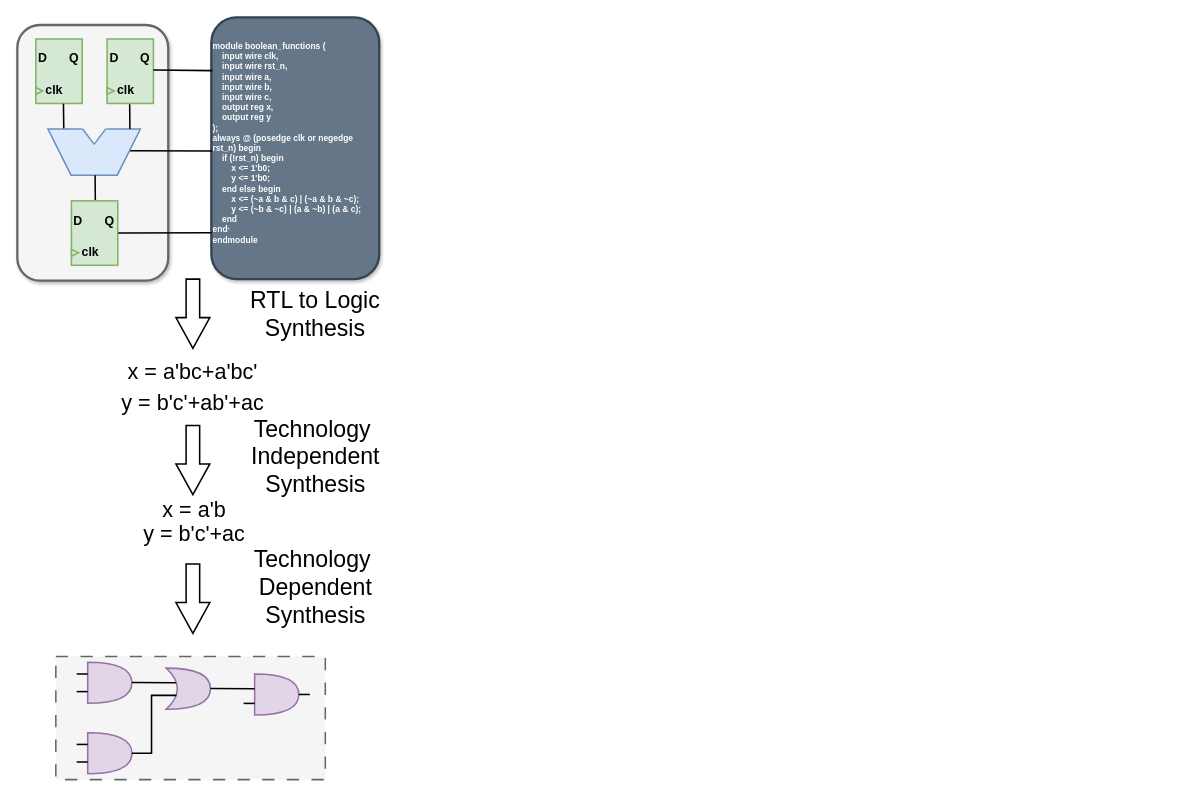
Above: logicsynthesis.drawio in kxzhu0505/LogicSynOpt (draw.io), before the change. Source tidied: cells renumbered, new cells numbered last; positions are measured from the earlier drawing's top-left corner, leaving out a move shared by most shapes. Both pictures are drawn from the tidied source at 77%, with x=0, y=0 at pixel (17, 17).
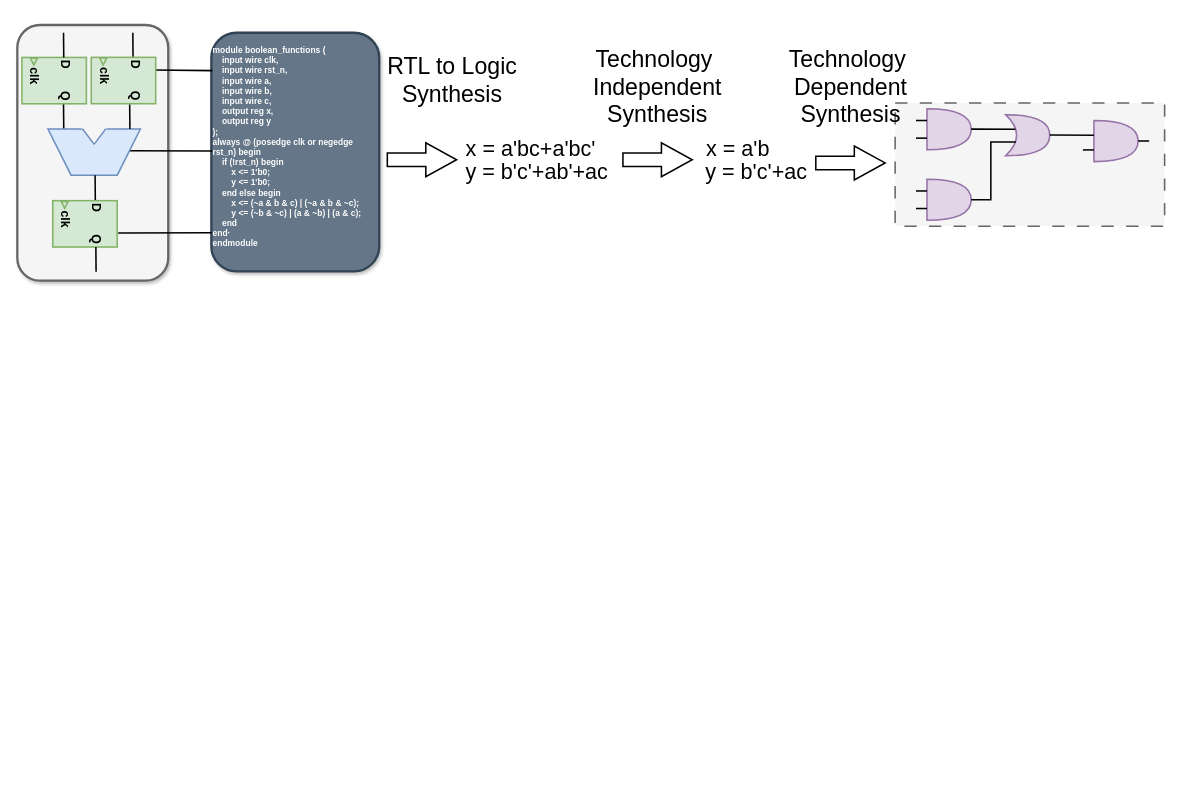
Above is the later version.

Unchanged cells that the change refers to:
```xml
<mxCell id="4" style="group;fontFamily=Helvetica;" parent="1" vertex="1">
  <mxGeometry x="6" y="28.8" width="210" height="320.6" as="geometry" />
</mxCell>
```

The edit, as a diff of the source:
```diff
@@
     <mxCell id="2" value="&lt;div style=&quot;font-size: 11px;&quot;&gt;&lt;b style=&quot;&quot;&gt;&lt;font style=&quot;font-size: 11px;&quot;&gt;module boolean_functions (&lt;/font&gt;&lt;/b&gt;&lt;/div&gt;&lt;div style=&quot;font-size: 11px;&quot;&gt;&lt;b&gt;&lt;font style=&quot;font-size: 11px;&quot;&gt;&amp;nbsp; &amp;nbsp; input wire clk,&lt;/font&gt;&lt;/b&gt;&lt;/div&gt;&lt;div style=&quot;font-size: 11px;&quot;&gt;&lt;b&gt;&lt;font style=&quot;font-size: 11px;&quot;&gt;&amp;nbsp; &amp;nbsp; input wire rst_n,&lt;/font&gt;&lt;/b&gt;&lt;/div&gt;&lt;div style=&quot;font-size: 11px;&quot;&gt;&lt;b&gt;&lt;font style=&quot;font-size: 11px;&quot;&gt;&amp;nbsp; &amp;nbsp; input wire a,&lt;/font&gt;&lt;/b&gt;&lt;/div&gt;&lt;div style=&quot;font-size: 11px;&quot;&gt;&lt;b&gt;&lt;font style=&quot;font-size: 11px;&quot;&gt;&amp;nbsp; &amp;nbsp; input wire b,&lt;/font&gt;&lt;/b&gt;&lt;/div&gt;&lt;div style=&quot;font-size: 11px;&quot;&gt;&lt;b&gt;&lt;font style=&quot;font-size: 11px;&quot;&gt;&amp;nbsp; &amp;nbsp; input wire c,&lt;/font&gt;&lt;/b&gt;&lt;/div&gt;&lt;div style=&quot;font-size: 11px;&quot;&gt;&lt;b&gt;&lt;font style=&quot;font-size: 11px;&quot;&gt;&amp;nbsp; &amp;nbsp; output reg x,&lt;/font&gt;&lt;/b&gt;&lt;/div&gt;&lt;div style=&quot;font-size: 11px;&quot;&gt;&lt;b&gt;&lt;font style=&quot;font-size: 11px;&quot;&gt;&amp;nbsp; &amp;nbsp; output reg y&lt;/font&gt;&lt;/b&gt;&lt;/div&gt;&lt;div style=&quot;font-size: 11px;&quot;&gt;&lt;b&gt;&lt;font style=&quot;font-size: 11px;&quot;&gt;);&lt;/font&gt;&lt;/b&gt;&lt;/div&gt;&lt;div style=&quot;font-size: 11px;&quot;&gt;&lt;b&gt;&lt;font style=&quot;font-size: 11px;&quot;&gt;always @ (posedge clk or negedge rst_n) begin&lt;/font&gt;&lt;/b&gt;&lt;/div&gt;&lt;div style=&quot;font-size: 11px;&quot;&gt;&lt;b&gt;&lt;font style=&quot;font-size: 11px;&quot;&gt;&amp;nbsp; &amp;nbsp; if (!rst_n) begin&lt;/font&gt;&lt;/b&gt;&lt;/div&gt;&lt;div style=&quot;font-size: 11px;&quot;&gt;&lt;b&gt;&lt;font style=&quot;font-size: 11px;&quot;&gt;&amp;nbsp; &amp;nbsp; &amp;nbsp; &amp;nbsp; x &amp;lt;= 1'b0;&lt;/font&gt;&lt;/b&gt;&lt;/div&gt;&lt;div style=&quot;font-size: 11px;&quot;&gt;&lt;b&gt;&lt;font style=&quot;font-size: 11px;&quot;&gt;&amp;nbsp; &amp;nbsp; &amp;nbsp; &amp;nbsp; y &amp;lt;= 1'b0;&lt;/font&gt;&lt;/b&gt;&lt;/div&gt;&lt;div style=&quot;font-size: 11px;&quot;&gt;&lt;b&gt;&lt;font style=&quot;font-size: 11px;&quot;&gt;&amp;nbsp; &amp;nbsp; end else begin&lt;/font&gt;&lt;/b&gt;&lt;/div&gt;&lt;div style=&quot;font-size: 11px;&quot;&gt;&lt;b&gt;&lt;font style=&quot;font-size: 11px;&quot;&gt;&amp;nbsp; &amp;nbsp; &amp;nbsp; &amp;nbsp; x &amp;lt;= (~a &amp;amp; b &amp;amp; c) | (~a &amp;amp; b &amp;amp; ~c);&lt;/font&gt;&lt;/b&gt;&lt;/div&gt;&lt;div style=&quot;font-size: 11px;&quot;&gt;&lt;b&gt;&lt;font style=&quot;font-size: 11px;&quot;&gt;&amp;nbsp; &amp;nbsp; &amp;nbsp; &amp;nbsp; y &amp;lt;= (~b &amp;amp; ~c) | (a &amp;amp; ~b) | (a &amp;amp; c);&lt;/font&gt;&lt;/b&gt;&lt;/div&gt;&lt;div style=&quot;font-size: 11px;&quot;&gt;&lt;b&gt;&lt;font style=&quot;font-size: 11px;&quot;&gt;&amp;nbsp; &amp;nbsp; end&lt;/font&gt;&lt;/b&gt;&lt;/div&gt;&lt;div style=&quot;font-size: 11px;&quot;&gt;&lt;b&gt;&lt;font style=&quot;font-size: 11px;&quot;&gt;end·&lt;/font&gt;&lt;/b&gt;&lt;/div&gt;&lt;div style=&quot;font-size: 11px;&quot;&gt;&lt;b&gt;&lt;font style=&quot;font-size: 11px;&quot;&gt;endmodule&lt;/font&gt;&lt;/b&gt;&lt;/div&gt;&lt;div style=&quot;font-size: 11px;&quot;&gt;&lt;br&gt;&lt;/div&gt;" style="rounded=1;whiteSpace=wrap;html=1;strokeWidth=3;fillColor=#647687;fontColor=#ffffff;strokeColor=#314354;shadow=1;align=left;" parent="1" vertex="1">
-      <mxGeometry x="252" width="218" height="340" as="geometry" />
+      <mxGeometry x="252" y="20" width="218" height="310" as="geometry" />
     </mxCell>
-    <mxCell id="3" style="html=1;shadow=0;dashed=0;align=center;verticalAlign=middle;shape=mxgraph.arrows2.arrow;dy=0.6;dx=40;direction=south;notch=0;strokeWidth=2;fontFamily=Helvetica;" parent="1" vertex="1">
-      <mxGeometry x="206" y="340" width="44" height="90" as="geometry" />
+    <mxCell id="3" style="html=1;shadow=0;dashed=0;align=center;verticalAlign=middle;shape=mxgraph.arrows2.arrow;dy=0.6;dx=40;direction=south;notch=0;strokeWidth=2;fontFamily=Helvetica;rotation=-90;" parent="1" vertex="1">
+      <mxGeometry x="503.5" y="140" width="44" height="90" as="geometry" />
     </mxCell>
@@
-    <mxCell id="6" style="rounded=0;whiteSpace=wrap;html=1;rotation=90;strokeWidth=2;fontFamily=Helvetica;fillColor=#d5e8d4;strokeColor=#82b366;" parent="4" vertex="1">
-      <mxGeometry x="6.3" y="11.1" width="83.7" height="60.2" as="geometry" />
-    </mxCell>
-    <mxCell id="7" value="&lt;font size=&quot;1&quot;&gt;&lt;b style=&quot;font-size: 16px;&quot;&gt;D&lt;/b&gt;&lt;/font&gt;" style="text;html=1;strokeColor=none;fillColor=none;align=center;verticalAlign=middle;whiteSpace=wrap;rounded=0;strokeWidth=2;fontFamily=Helvetica;" parent="4" vertex="1">
-      <mxGeometry y="11.1" width="54.3" height="26.8" as="geometry" />
-    </mxCell>
-    <mxCell id="8" value="&lt;font size=&quot;1&quot;&gt;&lt;b style=&quot;font-size: 16px;&quot;&gt;Q&lt;/b&gt;&lt;/font&gt;" style="text;html=1;strokeColor=none;fillColor=none;align=center;verticalAlign=middle;whiteSpace=wrap;rounded=0;strokeWidth=2;fontFamily=Helvetica;" parent="4" vertex="1">
-      <mxGeometry x="40.7" y="11.1" width="54.3" height="26.8" as="geometry" />
-    </mxCell>
-    <mxCell id="9" value="&lt;font size=&quot;1&quot;&gt;&lt;b style=&quot;font-size: 16px;&quot;&gt;clk&lt;/b&gt;&lt;/font&gt;" style="text;html=1;strokeColor=none;fillColor=none;align=center;verticalAlign=middle;whiteSpace=wrap;rounded=0;strokeWidth=2;fontFamily=Helvetica;" parent="4" vertex="1">
-      <mxGeometry x="15.4" y="51.7" width="54.3" height="26.8" as="geometry" />
-    </mxCell>
-    <mxCell id="10" style="triangle;whiteSpace=wrap;html=1;strokeWidth=2;fontFamily=Helvetica;fillColor=#d5e8d4;strokeColor=#82b366;" parent="4" vertex="1">
-      <mxGeometry x="18.1" y="62.4" width="9" height="8.9" as="geometry" />
-    </mxCell>
-    <mxCell id="11" style="endArrow=none;html=1;rounded=0;endSize=6;strokeWidth=2;entryX=0.82;entryY=0.974;entryDx=0;entryDy=0;entryPerimeter=0;exitX=1.006;exitY=0.404;exitDx=0;exitDy=0;exitPerimeter=0;fontFamily=Helvetica;" parent="4" edge="1" source="6">
+    <mxCell id="11" style="endArrow=none;html=1;rounded=0;endSize=6;strokeWidth=2;entryX=0.82;entryY=0.974;entryDx=0;entryDy=0;entryPerimeter=0;exitX=1.006;exitY=0.404;exitDx=0;exitDy=0;exitPerimeter=0;fontFamily=Helvetica;" parent="4" edge="1">
       <mxGeometry relative="1" as="geometry">
+        <mxPoint x="54" y="83.6" as="sourcePoint" />
         <mxPoint x="54.3" y="116.2" as="targetPoint" />
       </mxGeometry>
     </mxCell>
@@
-    <mxCell id="13" style="group;fontFamily=Helvetica;" parent="1" vertex="1">
-      <mxGeometry x="52.2" y="239" width="95" height="82.5" as="geometry" />
-    </mxCell>
-    <mxCell id="14" style="rounded=0;whiteSpace=wrap;html=1;rotation=90;strokeWidth=2;fontFamily=Helvetica;fillColor=#d5e8d4;strokeColor=#82b366;" parent="13" vertex="1">
-      <mxGeometry x="6.3" y="11.1" width="83.7" height="60.2" as="geometry" />
-    </mxCell>
-    <mxCell id="15" value="&lt;font size=&quot;1&quot;&gt;&lt;b style=&quot;font-size: 16px;&quot;&gt;D&lt;/b&gt;&lt;/font&gt;" style="text;html=1;strokeColor=none;fillColor=none;align=center;verticalAlign=middle;whiteSpace=wrap;rounded=0;strokeWidth=2;fontFamily=Helvetica;" parent="13" vertex="1">
-      <mxGeometry y="11.1" width="54.3" height="26.8" as="geometry" />
-    </mxCell>
-    <mxCell id="16" value="&lt;font size=&quot;1&quot;&gt;&lt;b style=&quot;font-size: 16px;&quot;&gt;Q&lt;/b&gt;&lt;/font&gt;" style="text;html=1;strokeColor=none;fillColor=none;align=center;verticalAlign=middle;whiteSpace=wrap;rounded=0;strokeWidth=2;fontFamily=Helvetica;" parent="13" vertex="1">
-      <mxGeometry x="40.7" y="11.1" width="54.3" height="26.8" as="geometry" />
-    </mxCell>
-    <mxCell id="17" value="&lt;font size=&quot;1&quot;&gt;&lt;b style=&quot;font-size: 16px;&quot;&gt;clk&lt;/b&gt;&lt;/font&gt;" style="text;html=1;strokeColor=none;fillColor=none;align=center;verticalAlign=middle;whiteSpace=wrap;rounded=0;strokeWidth=2;fontFamily=Helvetica;" parent="13" vertex="1">
-      <mxGeometry x="15.4" y="51.7" width="54.3" height="26.8" as="geometry" />
-    </mxCell>
-    <mxCell id="18" style="triangle;whiteSpace=wrap;html=1;strokeWidth=2;fontFamily=Helvetica;fillColor=#d5e8d4;strokeColor=#82b366;" parent="13" vertex="1">
-      <mxGeometry x="18.1" y="62.4" width="9" height="8.9" as="geometry" />
-    </mxCell>
-    <mxCell id="19" style="group;fontFamily=Helvetica;" parent="1" vertex="1">
-      <mxGeometry x="98.5" y="28.8" width="95" height="82.5" as="geometry" />
-    </mxCell>
-    <mxCell id="20" style="rounded=0;whiteSpace=wrap;html=1;rotation=90;strokeWidth=2;fontFamily=Helvetica;fillColor=#d5e8d4;strokeColor=#82b366;" parent="19" vertex="1">
-      <mxGeometry x="6.3" y="11.1" width="83.7" height="60.2" as="geometry" />
-    </mxCell>
-    <mxCell id="21" value="&lt;font size=&quot;1&quot;&gt;&lt;b style=&quot;font-size: 16px;&quot;&gt;D&lt;/b&gt;&lt;/font&gt;" style="text;html=1;strokeColor=none;fillColor=none;align=center;verticalAlign=middle;whiteSpace=wrap;rounded=0;strokeWidth=2;fontFamily=Helvetica;" parent="19" vertex="1">
-      <mxGeometry y="11.1" width="54.3" height="26.8" as="geometry" />
-    </mxCell>
-    <mxCell id="22" value="&lt;font size=&quot;1&quot;&gt;&lt;b style=&quot;font-size: 16px;&quot;&gt;Q&lt;/b&gt;&lt;/font&gt;" style="text;html=1;strokeColor=none;fillColor=none;align=center;verticalAlign=middle;whiteSpace=wrap;rounded=0;strokeWidth=2;fontFamily=Helvetica;" parent="19" vertex="1">
-      <mxGeometry x="40.7" y="11.1" width="54.3" height="26.8" as="geometry" />
-    </mxCell>
-    <mxCell id="23" value="&lt;font size=&quot;1&quot;&gt;&lt;b style=&quot;font-size: 16px;&quot;&gt;clk&lt;/b&gt;&lt;/font&gt;" style="text;html=1;strokeColor=none;fillColor=none;align=center;verticalAlign=middle;whiteSpace=wrap;rounded=0;strokeWidth=2;fontFamily=Helvetica;" parent="19" vertex="1">
-      <mxGeometry x="15.4" y="51.7" width="54.3" height="26.8" as="geometry" />
-    </mxCell>
-    <mxCell id="24" style="triangle;whiteSpace=wrap;html=1;strokeWidth=2;fontFamily=Helvetica;fillColor=#d5e8d4;strokeColor=#82b366;" parent="19" vertex="1">
-      <mxGeometry x="18.1" y="62.4" width="9" height="8.9" as="geometry" />
-    </mxCell>
+    <mxCell id="58" style="group;rotation=90;" parent="4" vertex="1">
+      <mxGeometry x="34" y="197.3" width="95" height="83.7" as="geometry" />
+    </mxCell>
+    <mxCell id="59" style="rounded=0;whiteSpace=wrap;html=1;rotation=180;strokeWidth=2;fontFamily=Helvetica;fillColor=#d5e8d4;strokeColor=#82b366;" parent="58" vertex="1">
+      <mxGeometry x="6" y="12" width="83.7" height="60.2" as="geometry" />
+    </mxCell>
+    <mxCell id="60" value="&lt;font size=&quot;1&quot;&gt;&lt;b style=&quot;font-size: 16px;&quot;&gt;D&lt;/b&gt;&lt;/font&gt;" style="text;html=1;strokeColor=none;fillColor=none;align=center;verticalAlign=middle;whiteSpace=wrap;rounded=0;strokeWidth=2;fontFamily=Helvetica;rotation=90;" parent="58" vertex="1">
+      <mxGeometry x="37" y="8" width="54.3" height="26.8" as="geometry" />
+    </mxCell>
+    <mxCell id="61" value="&lt;font size=&quot;1&quot;&gt;&lt;b style=&quot;font-size: 16px;&quot;&gt;Q&lt;/b&gt;&lt;/font&gt;" style="text;html=1;strokeColor=none;fillColor=none;align=center;verticalAlign=middle;whiteSpace=wrap;rounded=0;strokeWidth=2;fontFamily=Helvetica;rotation=90;" parent="58" vertex="1">
+      <mxGeometry x="37" y="49" width="54.3" height="26.8" as="geometry" />
+    </mxCell>
+    <mxCell id="62" value="&lt;font size=&quot;1&quot;&gt;&lt;b style=&quot;font-size: 16px;&quot;&gt;clk&lt;/b&gt;&lt;/font&gt;" style="text;html=1;strokeColor=none;fillColor=none;align=center;verticalAlign=middle;whiteSpace=wrap;rounded=0;strokeWidth=2;fontFamily=Helvetica;rotation=90;" parent="58" vertex="1">
+      <mxGeometry x="-4" y="23" width="54.3" height="26.8" as="geometry" />
+    </mxCell>
+    <mxCell id="63" style="triangle;whiteSpace=wrap;html=1;strokeWidth=2;fontFamily=Helvetica;fillColor=#d5e8d4;strokeColor=#82b366;rotation=90;" parent="58" vertex="1">
+      <mxGeometry x="17" y="13" width="9" height="8.9" as="geometry" />
+    </mxCell>
+    <mxCell id="64" style="endArrow=none;html=1;rounded=0;endSize=6;strokeWidth=2;entryX=0.82;entryY=0.974;entryDx=0;entryDy=0;entryPerimeter=0;exitX=1.006;exitY=0.404;exitDx=0;exitDy=0;exitPerimeter=0;fontFamily=Helvetica;" parent="58" edge="1">
+      <mxGeometry relative="1" as="geometry">
+        <mxPoint x="62" y="72.2" as="sourcePoint" />
+        <mxPoint x="62.3" y="104.4" as="targetPoint" />
+      </mxGeometry>
+    </mxCell>
+    <mxCell id="65" style="group;rotation=90;" parent="4" vertex="1">
+      <mxGeometry x="-6" y="11.3" width="95" height="83.7" as="geometry" />
+    </mxCell>
+    <mxCell id="66" style="rounded=0;whiteSpace=wrap;html=1;rotation=180;strokeWidth=2;fontFamily=Helvetica;fillColor=#d5e8d4;strokeColor=#82b366;" parent="65" vertex="1">
+      <mxGeometry x="6" y="12" width="83.7" height="60.2" as="geometry" />
+    </mxCell>
+    <mxCell id="67" value="&lt;font size=&quot;1&quot;&gt;&lt;b style=&quot;font-size: 16px;&quot;&gt;D&lt;/b&gt;&lt;/font&gt;" style="text;html=1;strokeColor=none;fillColor=none;align=center;verticalAlign=middle;whiteSpace=wrap;rounded=0;strokeWidth=2;fontFamily=Helvetica;rotation=90;" parent="65" vertex="1">
+      <mxGeometry x="37" y="8" width="54.3" height="26.8" as="geometry" />
+    </mxCell>
+    <mxCell id="68" value="&lt;font size=&quot;1&quot;&gt;&lt;b style=&quot;font-size: 16px;&quot;&gt;Q&lt;/b&gt;&lt;/font&gt;" style="text;html=1;strokeColor=none;fillColor=none;align=center;verticalAlign=middle;whiteSpace=wrap;rounded=0;strokeWidth=2;fontFamily=Helvetica;rotation=90;" parent="65" vertex="1">
+      <mxGeometry x="37" y="49" width="54.3" height="26.8" as="geometry" />
+    </mxCell>
+    <mxCell id="69" value="&lt;font size=&quot;1&quot;&gt;&lt;b style=&quot;font-size: 16px;&quot;&gt;clk&lt;/b&gt;&lt;/font&gt;" style="text;html=1;strokeColor=none;fillColor=none;align=center;verticalAlign=middle;whiteSpace=wrap;rounded=0;strokeWidth=2;fontFamily=Helvetica;rotation=90;" parent="65" vertex="1">
+      <mxGeometry x="-4" y="23" width="54.3" height="26.8" as="geometry" />
+    </mxCell>
+    <mxCell id="70" style="triangle;whiteSpace=wrap;html=1;strokeWidth=2;fontFamily=Helvetica;fillColor=#d5e8d4;strokeColor=#82b366;rotation=90;" parent="65" vertex="1">
+      <mxGeometry x="17" y="13" width="9" height="8.9" as="geometry" />
+    </mxCell>
+    <mxCell id="71" style="endArrow=none;html=1;rounded=0;endSize=6;strokeWidth=2;entryX=0.82;entryY=0.974;entryDx=0;entryDy=0;entryPerimeter=0;exitX=1.006;exitY=0.404;exitDx=0;exitDy=0;exitPerimeter=0;fontFamily=Helvetica;" parent="4" edge="1">
+      <mxGeometry relative="1" as="geometry">
+        <mxPoint x="144" y="-8.8" as="sourcePoint" />
+        <mxPoint x="144.3" y="23.5" as="targetPoint" />
+      </mxGeometry>
+    </mxCell>
+    <mxCell id="72" style="endArrow=none;html=1;rounded=0;endSize=6;strokeWidth=2;entryX=0.82;entryY=0.974;entryDx=0;entryDy=0;entryPerimeter=0;exitX=1.006;exitY=0.404;exitDx=0;exitDy=0;exitPerimeter=0;fontFamily=Helvetica;" parent="4" edge="1">
+      <mxGeometry relative="1" as="geometry">
+        <mxPoint x="54" y="-8.8" as="sourcePoint" />
+        <mxPoint x="54.3" y="23.5" as="targetPoint" />
+      </mxGeometry>
+    </mxCell>
@@
-    <mxCell id="32" style="endArrow=none;html=1;rounded=0;endSize=6;strokeWidth=2;exitX=-0.003;exitY=0.173;exitDx=0;exitDy=0;exitPerimeter=0;entryX=0.481;entryY=0.002;entryDx=0;entryDy=0;entryPerimeter=0;fontFamily=Helvetica;" parent="1" edge="1" target="20">
+    <mxCell id="32" style="endArrow=none;html=1;rounded=0;endSize=6;strokeWidth=2;exitX=-0.003;exitY=0.173;exitDx=0;exitDy=0;exitPerimeter=0;entryX=0.481;entryY=0.002;entryDx=0;entryDy=0;entryPerimeter=0;fontFamily=Helvetica;" parent="1" edge="1">
       <mxGeometry relative="1" as="geometry">
         <mxPoint x="253.4" y="69.2" as="sourcePoint" />
+        <mxPoint x="176.7" y="68.4" as="targetPoint" />
       </mxGeometry>
     </mxCell>
@@
     <mxCell id="34" value="&lt;font style=&quot;font-size: 28px;&quot;&gt;x = a'bc+a'bc'&lt;/font&gt;" style="text;html=1;align=center;verticalAlign=middle;whiteSpace=wrap;rounded=0;fontFamily=Helvetica;" parent="1" vertex="1">
-      <mxGeometry x="8" y="430" width="440" height="60" as="geometry" />
+      <mxGeometry x="572" y="140" width="190" height="60" as="geometry" />
     </mxCell>
     <mxCell id="35" value="&lt;font style=&quot;font-size: 28px;&quot;&gt;y = b'c'+ab'+ac&lt;/font&gt;" style="text;html=1;align=center;verticalAlign=middle;whiteSpace=wrap;rounded=0;fontFamily=Helvetica;" parent="1" vertex="1">
-      <mxGeometry x="8" y="470" width="440" height="60" as="geometry" />
+      <mxGeometry x="570" y="170" width="210" height="60" as="geometry" />
     </mxCell>
     <mxCell id="36" value="&lt;font style=&quot;font-size: 28px;&quot;&gt;x = a'b&lt;/font&gt;" style="text;html=1;align=center;verticalAlign=middle;whiteSpace=wrap;rounded=0;fontFamily=Helvetica;" parent="1" vertex="1">
-      <mxGeometry x="10" y="610" width="440" height="60" as="geometry" />
+      <mxGeometry x="876" y="140" width="120" height="60" as="geometry" />
     </mxCell>
     <mxCell id="37" value="&lt;font style=&quot;font-size: 28px;&quot;&gt;y = b'c'+ac&lt;/font&gt;" style="text;html=1;align=center;verticalAlign=middle;whiteSpace=wrap;rounded=0;fontFamily=Helvetica;" parent="1" vertex="1">
-      <mxGeometry x="10" y="640" width="440" height="60" as="geometry" />
+      <mxGeometry x="890" y="170" width="140" height="60" as="geometry" />
     </mxCell>
     <mxCell id="38" value="&lt;font style=&quot;font-size: 30px;&quot;&gt;RTL to Logic&lt;/font&gt;&lt;div style=&quot;font-size: 30px;&quot;&gt;&lt;font style=&quot;font-size: 30px;&quot;&gt;Synthesis&lt;/font&gt;&lt;/div&gt;" style="text;html=1;align=center;verticalAlign=middle;whiteSpace=wrap;rounded=0;fontFamily=Helvetica;strokeWidth=3;fontSize=11;" parent="1" vertex="1">
-      <mxGeometry x="262" y="355" width="250" height="60" as="geometry" />
+      <mxGeometry x="440" y="51.2" width="250" height="60" as="geometry" />
     </mxCell>
     <mxCell id="39" value="&lt;font style=&quot;font-size: 30px;&quot;&gt;Technology&amp;nbsp;&lt;/font&gt;&lt;div style=&quot;font-size: 30px;&quot;&gt;&lt;font style=&quot;font-size: 30px;&quot;&gt;Independent&lt;/font&gt;&lt;/div&gt;&lt;div style=&quot;font-size: 30px;&quot;&gt;&lt;font style=&quot;font-size: 30px;&quot;&gt;Synthesis&lt;/font&gt;&lt;/div&gt;" style="text;html=1;align=center;verticalAlign=middle;whiteSpace=wrap;rounded=0;fontFamily=Helvetica;strokeWidth=3;" parent="1" vertex="1">
-      <mxGeometry x="275.5" y="540" width="223" height="60" as="geometry" />
+      <mxGeometry x="720" y="60" width="223" height="60" as="geometry" />
     </mxCell>
-    <mxCell id="40" value="&lt;font style=&quot;font-size: 30px;&quot;&gt;Technology&amp;nbsp;&lt;/font&gt;&lt;div style=&quot;font-size: 30px;&quot;&gt;&lt;font style=&quot;font-size: 30px;&quot;&gt;Dependent&lt;/font&gt;&lt;/div&gt;&lt;div style=&quot;font-size: 30px;&quot;&gt;&lt;font style=&quot;font-size: 30px;&quot;&gt;Synthesis&lt;/font&gt;&lt;/div&gt;" style="text;html=1;align=center;verticalAlign=middle;whiteSpace=wrap;rounded=0;fontFamily=Helvetica;strokeWidth=3;" parent="1" vertex="1">
-      <mxGeometry x="270.5" y="710" width="233" height="60" as="geometry" />
-    </mxCell>
-    <mxCell id="41" style="html=1;shadow=0;dashed=0;align=center;verticalAlign=middle;shape=mxgraph.arrows2.arrow;dy=0.6;dx=40;direction=south;notch=0;strokeWidth=2;fontFamily=Helvetica;" parent="1" vertex="1">
-      <mxGeometry x="206" y="530" width="44" height="90" as="geometry" />
-    </mxCell>
-    <mxCell id="42" style="html=1;shadow=0;dashed=0;align=center;verticalAlign=middle;shape=mxgraph.arrows2.arrow;dy=0.6;dx=40;direction=south;notch=0;strokeWidth=2;fontFamily=Helvetica;" parent="1" vertex="1">
-      <mxGeometry x="206" y="710" width="44" height="90" as="geometry" />
-    </mxCell>
     <mxCell id="43" style="group;" parent="1" vertex="1">
-      <mxGeometry x="50" y="830" width="350" height="160" as="geometry" />
+      <mxGeometry x="1140" y="111.2" width="350" height="160" as="geometry" />
     </mxCell>
@@
+    <mxCell id="73" style="html=1;shadow=0;dashed=0;align=center;verticalAlign=middle;shape=mxgraph.arrows2.arrow;dy=0.6;dx=40;direction=south;notch=0;strokeWidth=2;fontFamily=Helvetica;rotation=-90;" parent="1" vertex="1">
+      <mxGeometry x="809.5" y="140" width="44" height="90" as="geometry" />
+    </mxCell>
+    <mxCell id="40" value="&lt;font style=&quot;font-size: 30px;&quot;&gt;Technology&amp;nbsp;&lt;/font&gt;&lt;div style=&quot;font-size: 30px;&quot;&gt;&lt;font style=&quot;font-size: 30px;&quot;&gt;Dependent&lt;/font&gt;&lt;/div&gt;&lt;div style=&quot;font-size: 30px;&quot;&gt;&lt;font style=&quot;font-size: 30px;&quot;&gt;Synthesis&lt;/font&gt;&lt;/div&gt;" style="text;html=1;align=center;verticalAlign=middle;whiteSpace=wrap;rounded=0;fontFamily=Helvetica;strokeWidth=3;" parent="1" vertex="1">
+      <mxGeometry x="965.5" y="60" width="233" height="60" as="geometry" />
+    </mxCell>
+    <mxCell id="74" style="html=1;shadow=0;dashed=0;align=center;verticalAlign=middle;shape=mxgraph.arrows2.arrow;dy=0.6;dx=40;direction=south;notch=0;strokeWidth=2;fontFamily=Helvetica;rotation=-90;" parent="1" vertex="1">
+      <mxGeometry x="1060" y="144.1" width="44" height="90" as="geometry" />
+    </mxCell>
+    <mxCell id="75" style="group;rotation=90;" parent="1" vertex="1">
+      <mxGeometry x="90" y="40" width="95" height="83.7" as="geometry" />
+    </mxCell>
+    <mxCell id="76" style="rounded=0;whiteSpace=wrap;html=1;rotation=180;strokeWidth=2;fontFamily=Helvetica;fillColor=#d5e8d4;strokeColor=#82b366;" parent="75" vertex="1">
+      <mxGeometry x="6" y="12" width="83.7" height="60.2" as="geometry" />
+    </mxCell>
+    <mxCell id="77" value="&lt;font size=&quot;1&quot;&gt;&lt;b style=&quot;font-size: 16px;&quot;&gt;D&lt;/b&gt;&lt;/font&gt;" style="text;html=1;strokeColor=none;fillColor=none;align=center;verticalAlign=middle;whiteSpace=wrap;rounded=0;strokeWidth=2;fontFamily=Helvetica;rotation=90;" parent="75" vertex="1">
+      <mxGeometry x="37" y="8" width="54.3" height="26.8" as="geometry" />
+    </mxCell>
+    <mxCell id="78" value="&lt;font size=&quot;1&quot;&gt;&lt;b style=&quot;font-size: 16px;&quot;&gt;Q&lt;/b&gt;&lt;/font&gt;" style="text;html=1;strokeColor=none;fillColor=none;align=center;verticalAlign=middle;whiteSpace=wrap;rounded=0;strokeWidth=2;fontFamily=Helvetica;rotation=90;" parent="75" vertex="1">
+      <mxGeometry x="37" y="49" width="54.3" height="26.8" as="geometry" />
+    </mxCell>
+    <mxCell id="79" value="&lt;font size=&quot;1&quot;&gt;&lt;b style=&quot;font-size: 16px;&quot;&gt;clk&lt;/b&gt;&lt;/font&gt;" style="text;html=1;strokeColor=none;fillColor=none;align=center;verticalAlign=middle;whiteSpace=wrap;rounded=0;strokeWidth=2;fontFamily=Helvetica;rotation=90;" parent="75" vertex="1">
+      <mxGeometry x="-4" y="23" width="54.3" height="26.8" as="geometry" />
+    </mxCell>
+    <mxCell id="80" style="triangle;whiteSpace=wrap;html=1;strokeWidth=2;fontFamily=Helvetica;fillColor=#d5e8d4;strokeColor=#82b366;rotation=90;" parent="75" vertex="1">
+      <mxGeometry x="17" y="13" width="9" height="8.9" as="geometry" />
+    </mxCell>
```
